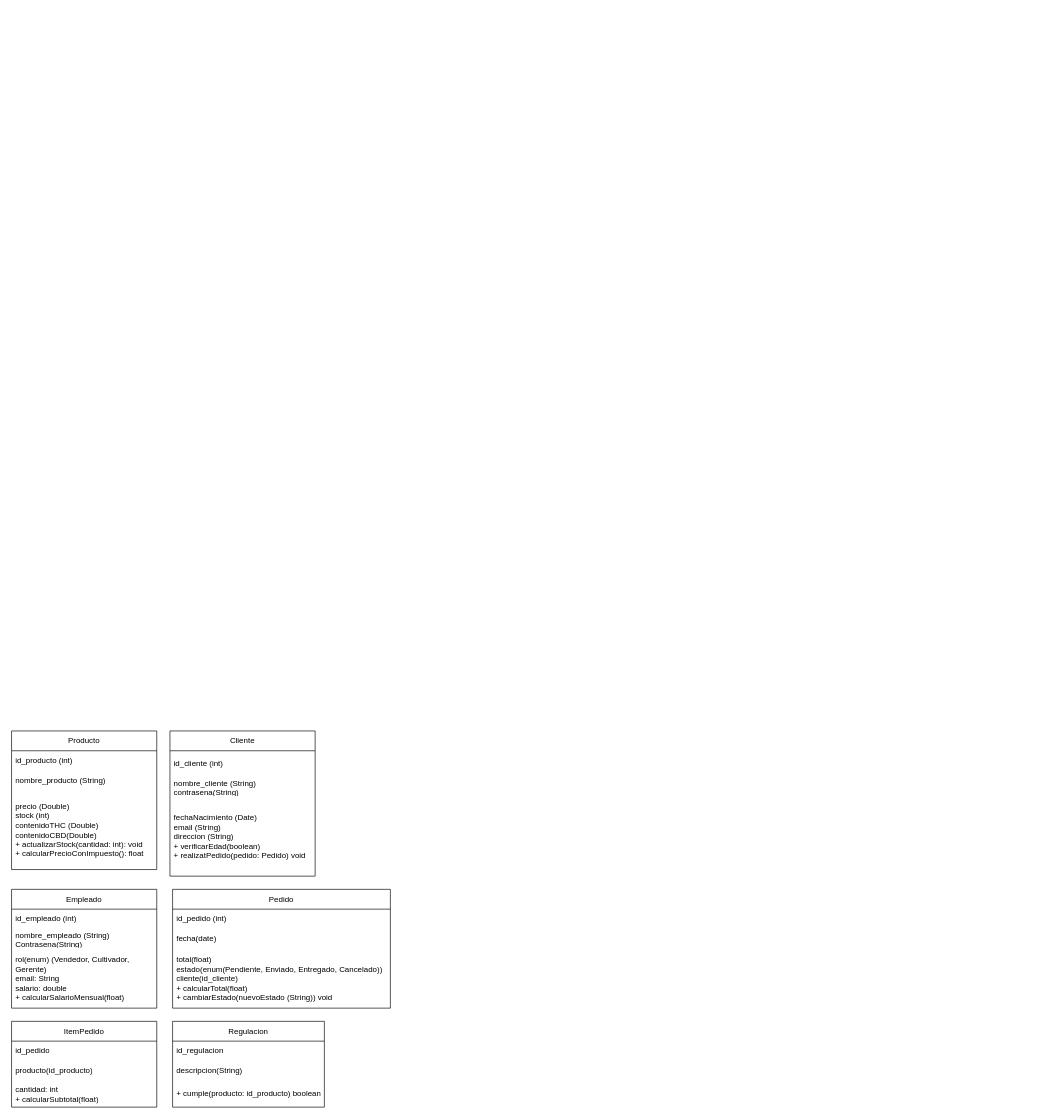
Above: UML.drawio in BocamoCM/cannagrowDAM (draw.io), before the change. Source tidied: cells renumbered, new cells numbered last; positions are measured from the earlier drawing's top-left corner, leaving out a move shared by most shapes. Both pictures are drawn from the tidied source at 66%, with x=0, y=0 at pixel (11, 731).
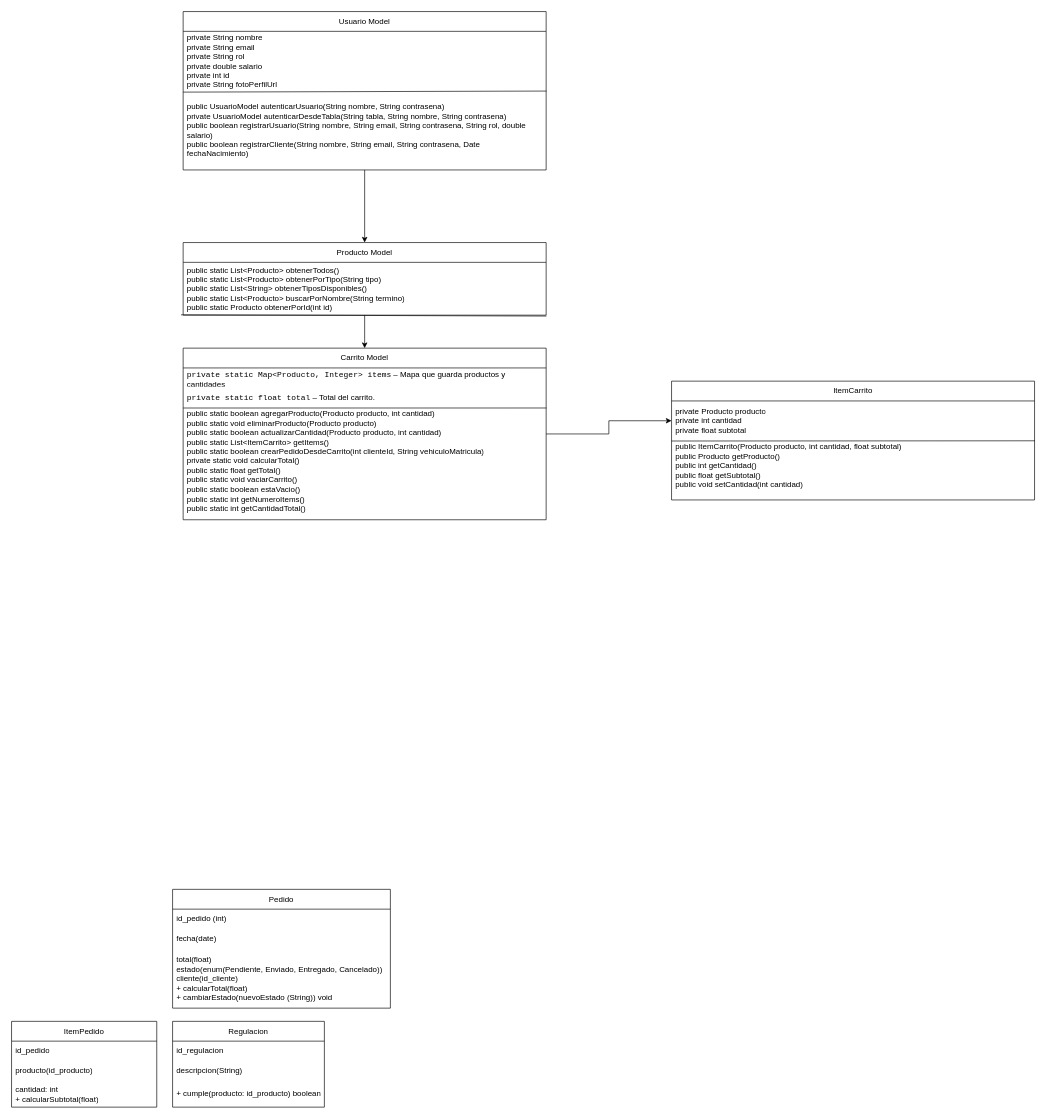
After the change.

Commit message (it also covers changes not shown here):
UML,FALTACOMPLETAR CON EL FIN DE LA APP

Diff of the diagram source:
```diff
@@
+    <mxCell id="26" style="edgeStyle=orthogonalEdgeStyle;rounded=0;jettySize=auto;html=1;entryX=0;entryY=0.5;entryDx=0;entryDy=0;" parent="1" edge="1" source="2" target="29">
+      <mxGeometry relative="1" as="geometry" />
+    </mxCell>
-    <mxCell id="2" value="Producto" style="swimlane;fontStyle=0;horizontal=1;startSize=30;whiteSpace=wrap;html=1;" parent="1" vertex="1">
-      <mxGeometry width="220" height="210" as="geometry" />
+    <mxCell id="2" value="Carrito Model" style="swimlane;fontStyle=0;horizontal=1;startSize=30;whiteSpace=wrap;html=1;" parent="1" vertex="1">
+      <mxGeometry x="260" y="-580" width="550" height="260" as="geometry" />
     </mxCell>
-    <mxCell id="3" value="id_producto (int)" style="text;strokeColor=none;fillColor=none;align=left;verticalAlign=middle;spacingLeft=4;spacingRight=4;overflow=hidden;whiteSpace=wrap;html=1;" parent="2" vertex="1">
-      <mxGeometry y="30" width="220" height="30" as="geometry" />
+    <mxCell id="3" value="&lt;code&gt;private static Map&amp;lt;Producto, Integer&amp;gt; items&lt;/code&gt; – Mapa que guarda productos y cantidades" style="text;strokeColor=none;fillColor=none;align=left;verticalAlign=middle;spacingLeft=4;spacingRight=4;overflow=hidden;whiteSpace=wrap;html=1;" parent="2" vertex="1">
+      <mxGeometry y="30" width="550" height="30" as="geometry" />
     </mxCell>
-    <mxCell id="4" value="nombre_producto (String)" style="text;strokeColor=none;fillColor=none;align=left;verticalAlign=middle;spacingLeft=4;spacingRight=4;overflow=hidden;points=[[0,0.5],[1,0.5]];portConstraint=eastwest;whiteSpace=wrap;html=1;" parent="2" vertex="1">
-      <mxGeometry y="60" width="220" height="30" as="geometry" />
+    <mxCell id="4" value="&lt;code&gt;private static float total&lt;/code&gt; – Total del carrito." style="text;strokeColor=none;fillColor=none;align=left;verticalAlign=middle;spacingLeft=4;spacingRight=4;overflow=hidden;points=[[0,0.5],[1,0.5]];portConstraint=eastwest;whiteSpace=wrap;html=1;" parent="2" vertex="1">
+      <mxGeometry y="60" width="550" height="30" as="geometry" />
     </mxCell>
-    <mxCell id="5" value="precio (Double)&lt;div&gt;stock (int)&lt;/div&gt;&lt;div&gt;contenidoTHC (Double)&lt;/div&gt;&lt;div&gt;contenidoCBD(Double)&lt;/div&gt;&lt;div&gt;+ actualizarStock(cantidad: int): void&lt;/div&gt;&lt;div&gt;+ calcularPrecioConImpuesto(): float&amp;nbsp;&lt;/div&gt;" style="text;strokeColor=none;fillColor=none;align=left;verticalAlign=middle;spacingLeft=4;spacingRight=4;overflow=hidden;points=[[0,0.5],[1,0.5]];portConstraint=eastwest;whiteSpace=wrap;html=1;" parent="2" vertex="1">
-      <mxGeometry y="90" width="220" height="120" as="geometry" />
+    <mxCell id="5" value="public static boolean agregarProducto(Producto producto, int cantidad)&lt;div&gt;public static void eliminarProducto(Producto producto)&lt;/div&gt;&lt;div&gt;public static boolean actualizarCantidad(Producto producto, int cantidad)&lt;/div&gt;&lt;div&gt;public static List&amp;lt;ItemCarrito&amp;gt; getItems()&lt;/div&gt;&lt;div&gt;public static boolean crearPedidoDesdeCarrito(int clienteId, String vehiculoMatricula)&lt;/div&gt;&lt;div&gt;private static void calcularTotal()&lt;/div&gt;&lt;div&gt;public static float getTotal()&lt;/div&gt;&lt;div&gt;public static void vaciarCarrito()&lt;/div&gt;&lt;div&gt;public static boolean estaVacio()&amp;nbsp;&lt;/div&gt;&lt;div&gt;public static int getNumeroItems()&lt;/div&gt;&lt;div&gt;public static int getCantidadTotal()&lt;/div&gt;&lt;div&gt;&lt;br&gt;&lt;/div&gt;" style="text;strokeColor=none;fillColor=none;align=left;verticalAlign=middle;spacingLeft=4;spacingRight=4;overflow=hidden;points=[[0,0.5],[1,0.5]];portConstraint=eastwest;whiteSpace=wrap;html=1;" parent="2" vertex="1">
+      <mxGeometry y="90" width="550" height="170" as="geometry" />
     </mxCell>
-    <mxCell id="6" value="Cliente" style="swimlane;fontStyle=0;horizontal=1;startSize=30;whiteSpace=wrap;html=1;" parent="1" vertex="1">
-      <mxGeometry x="240" width="220" height="220" as="geometry" />
-    </mxCell>
-    <mxCell id="7" value="id_cliente (int)" style="text;strokeColor=none;fillColor=none;align=left;verticalAlign=middle;spacingLeft=4;spacingRight=4;overflow=hidden;whiteSpace=wrap;html=1;" parent="6" vertex="1">
-      <mxGeometry y="30" width="220" height="40" as="geometry" />
-    </mxCell>
-    <mxCell id="8" value="nombre_cliente (String)&lt;div&gt;contrasena(String)&lt;/div&gt;" style="text;strokeColor=none;fillColor=none;align=left;verticalAlign=middle;spacingLeft=4;spacingRight=4;overflow=hidden;whiteSpace=wrap;html=1;" parent="6" vertex="1">
-      <mxGeometry y="70" width="220" height="30" as="geometry" />
-    </mxCell>
-    <mxCell id="9" value="fechaNacimiento (Date)&lt;div&gt;email (String)&lt;/div&gt;&lt;div&gt;direccion (String)&lt;/div&gt;&lt;div&gt;+ verificarEdad(boolean)&lt;/div&gt;&lt;div&gt;+ realizatPedido(pedido: Pedido) void&lt;/div&gt;" style="text;strokeColor=none;fillColor=none;align=left;verticalAlign=middle;spacingLeft=4;spacingRight=4;overflow=hidden;whiteSpace=wrap;html=1;" parent="6" vertex="1">
-      <mxGeometry y="100" width="220" height="120" as="geometry" />
-    </mxCell>
-    <mxCell id="10" value="Empleado" style="swimlane;fontStyle=0;horizontal=1;startSize=30;whiteSpace=wrap;html=1;" parent="1" vertex="1">
-      <mxGeometry y="240" width="220" height="180" as="geometry" />
-    </mxCell>
-    <mxCell id="11" value="id_empleado (int)" style="text;strokeColor=none;fillColor=none;align=left;verticalAlign=middle;spacingLeft=4;spacingRight=4;overflow=hidden;whiteSpace=wrap;html=1;" parent="10" vertex="1">
-      <mxGeometry y="30" width="220" height="30" as="geometry" />
-    </mxCell>
-    <mxCell id="12" value="nombre_empleado (String)&lt;div&gt;Contrasena(String)&lt;/div&gt;" style="text;strokeColor=none;fillColor=none;align=left;verticalAlign=middle;spacingLeft=4;spacingRight=4;overflow=hidden;whiteSpace=wrap;html=1;" parent="10" vertex="1">
-      <mxGeometry y="60" width="220" height="30" as="geometry" />
-    </mxCell>
-    <mxCell id="13" value="rol(enum) (Vendedor, Cultivador, Gerente)&lt;div&gt;email: String&lt;/div&gt;&lt;div&gt;salario: double&lt;/div&gt;&lt;div&gt;+ calcularSalarioMensual(float)&lt;/div&gt;" style="text;strokeColor=none;fillColor=none;align=left;verticalAlign=middle;spacingLeft=4;spacingRight=4;overflow=hidden;whiteSpace=wrap;html=1;" parent="10" vertex="1">
-      <mxGeometry y="90" width="220" height="90" as="geometry" />
-    </mxCell>
+    <mxCell id="27" style="endArrow=none;html=1;rounded=0;exitX=0;exitY=1.023;exitDx=0;exitDy=0;exitPerimeter=0;entryX=1.001;entryY=0.004;entryDx=0;entryDy=0;entryPerimeter=0;" parent="2" edge="1" source="4" target="5">
+      <mxGeometry relative="1" as="geometry" />
+    </mxCell>
@@
+    <mxCell id="28" value="ItemCarrito" style="swimlane;fontStyle=0;horizontal=1;startSize=30;whiteSpace=wrap;html=1;" parent="1" vertex="1">
+      <mxGeometry x="1000" y="-530" width="550" height="180" as="geometry" />
+    </mxCell>
+    <mxCell id="29" value="private Producto producto&lt;div&gt;private int cantidad&lt;/div&gt;&lt;div&gt;private float subtotal&lt;/div&gt;" style="text;strokeColor=none;fillColor=none;align=left;verticalAlign=middle;spacingLeft=4;spacingRight=4;overflow=hidden;points=[[0,0.5],[1,0.5]];portConstraint=eastwest;whiteSpace=wrap;html=1;" parent="28" vertex="1">
+      <mxGeometry y="30" width="550" height="60" as="geometry" />
+    </mxCell>
+    <mxCell id="30" value="&lt;div&gt;public ItemCarrito(Producto producto, int cantidad, float subtotal)&lt;/div&gt;&lt;div&gt;public Producto getProducto()&lt;/div&gt;&lt;div&gt;public int getCantidad()&lt;/div&gt;&lt;div&gt;public float getSubtotal()&lt;/div&gt;&lt;div&gt;public void setCantidad(int cantidad)&lt;/div&gt;&lt;div&gt;&lt;br&gt;&lt;/div&gt;" style="text;strokeColor=none;fillColor=none;align=left;verticalAlign=middle;spacingLeft=4;spacingRight=4;overflow=hidden;points=[[0,0.5],[1,0.5]];portConstraint=eastwest;whiteSpace=wrap;html=1;" parent="28" vertex="1">
+      <mxGeometry y="90" width="550" height="90" as="geometry" />
+    </mxCell>
+    <mxCell id="31" style="endArrow=none;html=1;rounded=0;exitX=0;exitY=1.023;exitDx=0;exitDy=0;exitPerimeter=0;entryX=1.001;entryY=0.004;entryDx=0;entryDy=0;entryPerimeter=0;" parent="28" edge="1" target="30">
+      <mxGeometry relative="1" as="geometry">
+        <mxPoint y="90.7" as="sourcePoint" />
+      </mxGeometry>
+    </mxCell>
+    <mxCell id="32" style="edgeStyle=orthogonalEdgeStyle;rounded=0;jettySize=auto;html=1;entryX=0.5;entryY=0;entryDx=0;entryDy=0;" parent="1" edge="1" source="33" target="2">
+      <mxGeometry relative="1" as="geometry" />
+    </mxCell>
+    <mxCell id="33" value="Producto Model" style="swimlane;fontStyle=0;horizontal=1;startSize=30;whiteSpace=wrap;html=1;" parent="1" vertex="1">
+      <mxGeometry x="260" y="-740" width="550" height="110" as="geometry" />
+    </mxCell>
+    <mxCell id="34" value="public static List&amp;lt;Producto&amp;gt; obtenerTodos()&lt;div&gt;public static List&amp;lt;Producto&amp;gt; obtenerPorTipo(String tipo)&lt;/div&gt;&lt;div&gt;public static List&amp;lt;String&amp;gt; obtenerTiposDisponibles()&lt;/div&gt;&lt;div&gt;public static List&amp;lt;Producto&amp;gt; buscarPorNombre(String termino)&lt;/div&gt;&lt;div&gt;public static Producto obtenerPorId(int id)&lt;/div&gt;" style="text;strokeColor=none;fillColor=none;align=left;verticalAlign=middle;spacingLeft=4;spacingRight=4;overflow=hidden;points=[[0,0.5],[1,0.5]];portConstraint=eastwest;whiteSpace=wrap;html=1;" parent="33" vertex="1">
+      <mxGeometry y="30" width="550" height="80" as="geometry" />
+    </mxCell>
+    <mxCell id="35" style="endArrow=none;html=1;rounded=0;exitX=-0.006;exitY=0.994;exitDx=0;exitDy=0;exitPerimeter=0;entryX=1.001;entryY=0.004;entryDx=0;entryDy=0;entryPerimeter=0;" parent="33" edge="1" source="34">
+      <mxGeometry relative="1" as="geometry">
+        <mxPoint x="550.5" y="111.4" as="targetPoint" />
+      </mxGeometry>
+    </mxCell>
+    <mxCell id="36" style="edgeStyle=orthogonalEdgeStyle;rounded=0;jettySize=auto;html=1;entryX=0.5;entryY=0;entryDx=0;entryDy=0;" parent="1" edge="1" source="37" target="33">
+      <mxGeometry relative="1" as="geometry" />
+    </mxCell>
+    <mxCell id="37" value="Usuario Model" style="swimlane;fontStyle=0;horizontal=1;startSize=30;whiteSpace=wrap;html=1;" parent="1" vertex="1">
+      <mxGeometry x="260" y="-1090" width="550" height="240" as="geometry" />
+    </mxCell>
+    <mxCell id="38" value="private String nombre&lt;div&gt;private String email&lt;/div&gt;&lt;div&gt;private String rol&lt;/div&gt;&lt;div&gt;private double salario&lt;/div&gt;&lt;div&gt;private int id&lt;/div&gt;&lt;div&gt;private String fotoPerfilUrl&lt;/div&gt;" style="text;strokeColor=none;fillColor=none;align=left;verticalAlign=middle;spacingLeft=4;spacingRight=4;overflow=hidden;points=[[0,0.5],[1,0.5]];portConstraint=eastwest;whiteSpace=wrap;html=1;" parent="37" vertex="1">
+      <mxGeometry y="30" width="550" height="90" as="geometry" />
+    </mxCell>
+    <mxCell id="39" value="&lt;div&gt;public UsuarioModel autenticarUsuario(String nombre, String contrasena)&lt;/div&gt;&lt;div&gt;private UsuarioModel autenticarDesdeTabla(String tabla, String nombre, String contrasena)&lt;/div&gt;&lt;div&gt;public boolean registrarUsuario(String nombre, String email, String contrasena, String rol, double salario)&lt;/div&gt;&lt;div&gt;public boolean registrarCliente(String nombre, String email, String contrasena, Date fechaNacimiento)&lt;/div&gt;" style="text;strokeColor=none;fillColor=none;align=left;verticalAlign=middle;spacingLeft=4;spacingRight=4;overflow=hidden;points=[[0,0.5],[1,0.5]];portConstraint=eastwest;whiteSpace=wrap;html=1;" parent="37" vertex="1">
+      <mxGeometry y="120" width="550" height="120" as="geometry" />
+    </mxCell>
+    <mxCell id="40" style="endArrow=none;html=1;rounded=0;exitX=0;exitY=1.023;exitDx=0;exitDy=0;exitPerimeter=0;entryX=1.001;entryY=0.004;entryDx=0;entryDy=0;entryPerimeter=0;" parent="37" edge="1" source="38" target="39">
+      <mxGeometry relative="1" as="geometry" />
+    </mxCell>
```
